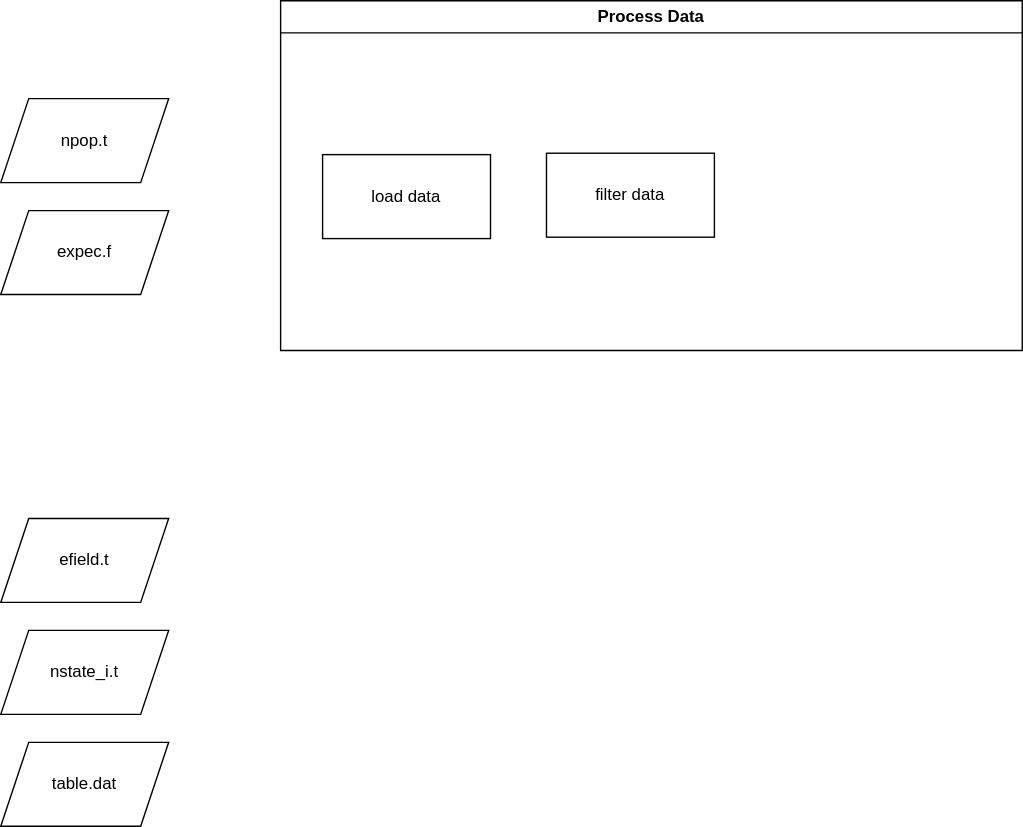
This is ssd-py-pkg.drawio.svg from matheus-bp/ssd-repo, a draw.io export, as it was before one commit. Source tidied: cells renumbered, new cells last; positions are measured from the earlier drawing's top-left corner, leaving out a move shared by most shapes.
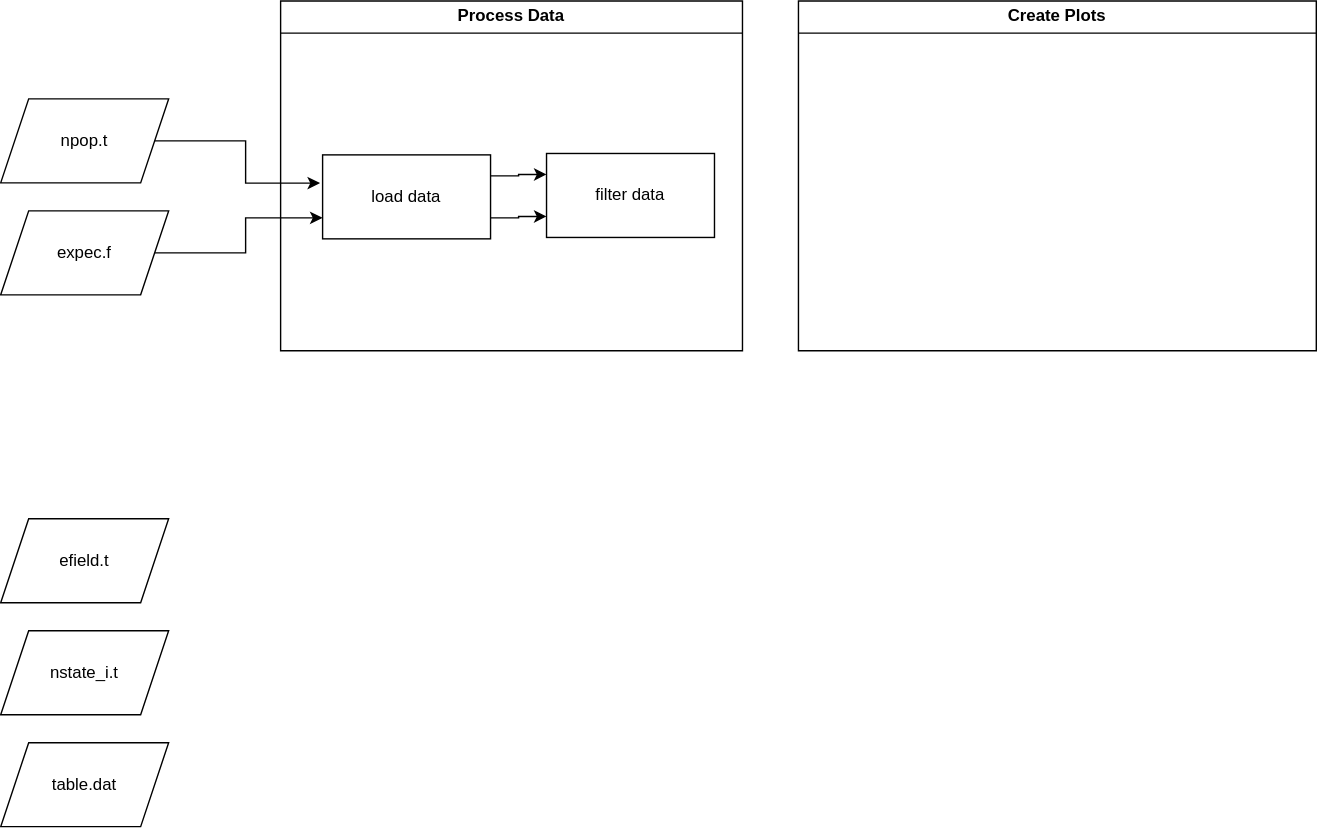
After the commit.

Change to the diagram source:
```diff
@@ -2,12 +2,24 @@
   <root>
     <mxCell id="0" />
     <mxCell id="1" parent="0" />
+    <mxCell id="7" value="&lt;div&gt;Process Data&lt;/div&gt;" style="swimlane;whiteSpace=wrap;html=1;rounded=0;strokeColor=light-dark(#000000,#606060);align=center;verticalAlign=middle;fontFamily=Helvetica;fontSize=12;fontColor=default;fillColor=default;" parent="1" vertex="1">
+      <mxGeometry x="200" width="330" height="250" as="geometry" />
+    </mxCell>
+    <mxCell id="10" value="&lt;div&gt;Create Plots&lt;/div&gt;" style="swimlane;whiteSpace=wrap;html=1;rounded=0;strokeColor=light-dark(#000000,#606060);align=center;verticalAlign=middle;fontFamily=Helvetica;fontSize=12;fontColor=default;fillColor=default;" parent="1" vertex="1">
+      <mxGeometry x="570" width="370" height="250" as="geometry" />
+    </mxCell>
+    <mxCell id="11" style="edgeStyle=orthogonalEdgeStyle;rounded=0;jettySize=auto;html=1;exitX=1;exitY=0.5;exitDx=0;exitDy=0;fontFamily=Helvetica;fontSize=12;fontColor=default;entryX=-0.015;entryY=0.336;entryDx=0;entryDy=0;entryPerimeter=0;" parent="1" edge="1" source="2" target="8">
+      <mxGeometry relative="1" as="geometry" />
+    </mxCell>
     <mxCell id="2" value="&lt;div&gt;npop.t&lt;/div&gt;" style="shape=parallelogram;perimeter=parallelogramPerimeter;whiteSpace=wrap;html=1;fixedSize=1;rounded=0;strokeColor=default;align=center;verticalAlign=middle;fontFamily=Helvetica;fontSize=12;fontColor=default;fillColor=default;" parent="1" vertex="1">
       <mxGeometry y="70" width="120" height="60" as="geometry" />
     </mxCell>
     <mxCell id="3" value="&lt;div&gt;efield.t&lt;/div&gt;" style="shape=parallelogram;perimeter=parallelogramPerimeter;whiteSpace=wrap;html=1;fixedSize=1;rounded=0;strokeColor=default;align=center;verticalAlign=middle;fontFamily=Helvetica;fontSize=12;fontColor=default;fillColor=default;" parent="1" vertex="1">
       <mxGeometry y="370" width="120" height="60" as="geometry" />
     </mxCell>
+    <mxCell id="12" style="edgeStyle=orthogonalEdgeStyle;rounded=0;jettySize=auto;html=1;exitX=1;exitY=0.5;exitDx=0;exitDy=0;entryX=0;entryY=0.75;entryDx=0;entryDy=0;fontFamily=Helvetica;fontSize=12;fontColor=default;" parent="1" edge="1" source="4" target="8">
+      <mxGeometry relative="1" as="geometry" />
+    </mxCell>
     <mxCell id="4" value="&lt;div&gt;expec.f&lt;/div&gt;" style="shape=parallelogram;perimeter=parallelogramPerimeter;whiteSpace=wrap;html=1;fixedSize=1;rounded=0;strokeColor=default;align=center;verticalAlign=middle;fontFamily=Helvetica;fontSize=12;fontColor=default;fillColor=default;" parent="1" vertex="1">
       <mxGeometry y="150" width="120" height="60" as="geometry" />
     </mxCell>
@@ -17,9 +29,12 @@
     <mxCell id="6" value="&lt;div&gt;table.dat&lt;/div&gt;" style="shape=parallelogram;perimeter=parallelogramPerimeter;whiteSpace=wrap;html=1;fixedSize=1;rounded=0;strokeColor=default;align=center;verticalAlign=middle;fontFamily=Helvetica;fontSize=12;fontColor=default;fillColor=default;" parent="1" vertex="1">
       <mxGeometry y="530" width="120" height="60" as="geometry" />
     </mxCell>
-    <mxCell id="7" value="&lt;div&gt;Process Data&lt;/div&gt;" style="swimlane;whiteSpace=wrap;html=1;rounded=0;strokeColor=default;align=center;verticalAlign=middle;fontFamily=Helvetica;fontSize=12;fontColor=default;fillColor=default;" parent="1" vertex="1">
-      <mxGeometry x="200" width="530" height="250" as="geometry" />
-    </mxCell>
+    <mxCell id="13" style="edgeStyle=orthogonalEdgeStyle;rounded=0;jettySize=auto;html=1;exitX=1;exitY=0.25;exitDx=0;exitDy=0;entryX=0;entryY=0.25;entryDx=0;entryDy=0;fontFamily=Helvetica;fontSize=12;fontColor=default;" parent="1" edge="1" source="8" target="9">
+      <mxGeometry relative="1" as="geometry" />
+    </mxCell>
+    <mxCell id="14" style="edgeStyle=orthogonalEdgeStyle;rounded=0;jettySize=auto;html=1;exitX=1;exitY=0.75;exitDx=0;exitDy=0;entryX=0;entryY=0.75;entryDx=0;entryDy=0;fontFamily=Helvetica;fontSize=12;fontColor=default;" parent="1" edge="1" source="8" target="9">
+      <mxGeometry relative="1" as="geometry" />
+    </mxCell>
     <mxCell id="8" value="load data" style="rounded=0;whiteSpace=wrap;html=1;strokeColor=default;align=center;verticalAlign=middle;fontFamily=Helvetica;fontSize=12;fontColor=default;fillColor=default;" parent="1" vertex="1">
       <mxGeometry x="230" y="110" width="120" height="60" as="geometry" />
     </mxCell>
```
